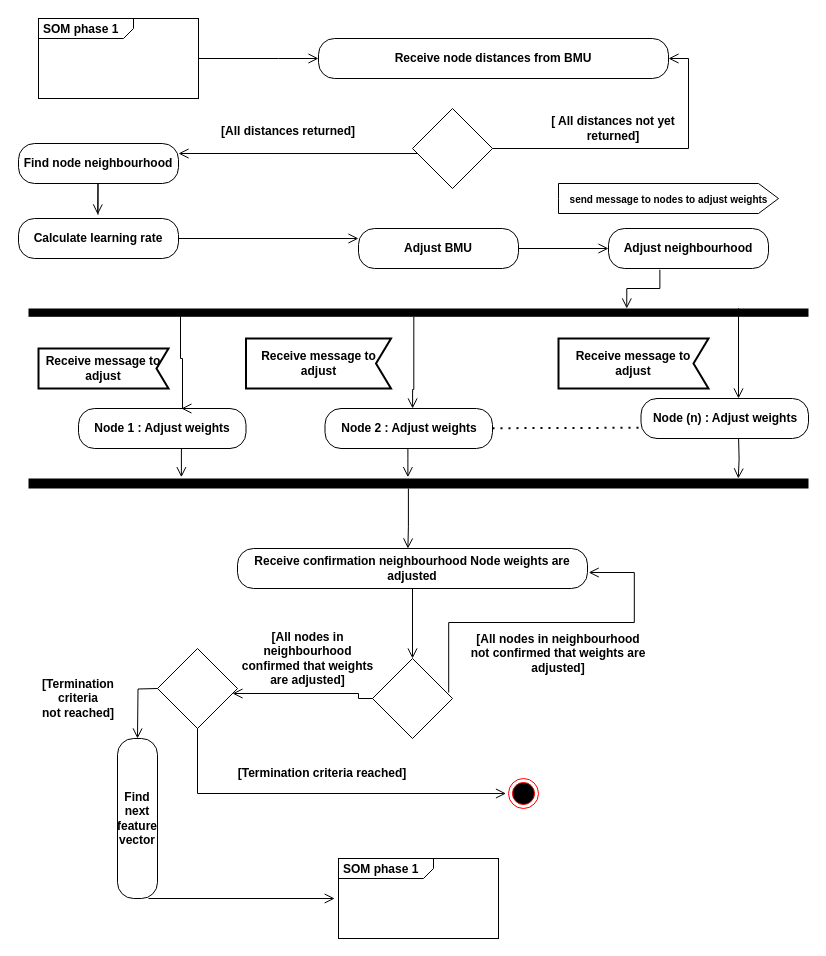
The draw.io diagram ActivityDiagram2.drawio in vanelopethecoder/som-basic, before the edit. Source tidied: cells renumbered, new cells numbered last; positions are measured from the earlier drawing's top-left corner, leaving out a move shared by most shapes. Both pictures are drawn from the tidied source at 100%, with x=0, y=0 at pixel (18, 18).
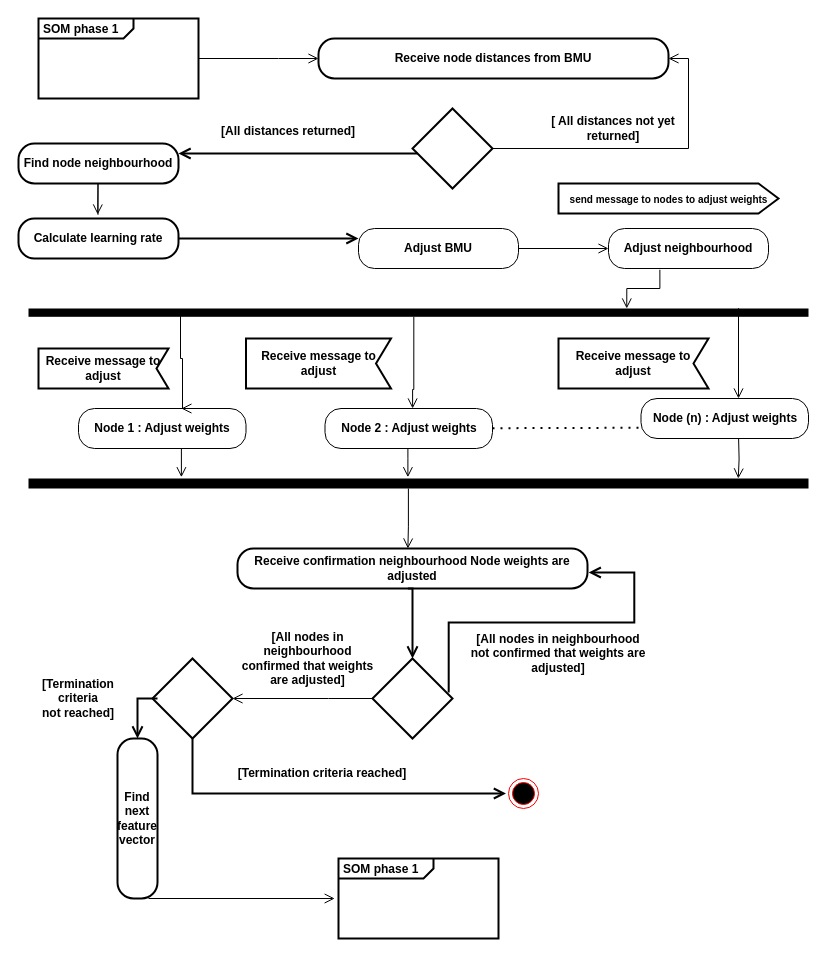
The same diagram, later.

Unchanged cells that the change refers to:
```xml
<mxCell id="14" value="&lt;b&gt;Adjust BMU&lt;/b&gt;" style="rounded=1;whiteSpace=wrap;html=1;arcSize=40;fontColor=#000000;fillColor=#FFFFFF;strokeColor=#000000;" parent="1" vertex="1">
  <mxGeometry x="340" y="210" width="160" height="40" as="geometry" />
</mxCell>
```

Change to the diagram source:
```diff
@@
-    <mxCell id="10" value="&lt;b&gt;Receive node distances from BMU&lt;/b&gt;" style="rounded=1;whiteSpace=wrap;html=1;arcSize=40;fontColor=#000000;fillColor=#FFFFFF;strokeColor=#000000;" parent="1" vertex="1">
+    <mxCell id="10" value="&lt;b&gt;Receive node distances from BMU&lt;/b&gt;" style="rounded=1;whiteSpace=wrap;html=1;arcSize=40;fontColor=#000000;fillColor=#FFFFFF;strokeColor=#000000;strokeWidth=2;" parent="1" vertex="1">
       <mxGeometry x="300" y="20" width="350" height="40" as="geometry" />
     </mxCell>
-    <mxCell id="11" style="rhombus;whiteSpace=wrap;html=1;" parent="1" vertex="1">
+    <mxCell id="11" style="rhombus;whiteSpace=wrap;html=1;strokeWidth=2;" parent="1" vertex="1">
       <mxGeometry x="394" y="90" width="80" height="80" as="geometry" />
     </mxCell>
@@
-    <mxCell id="13" value="&lt;b&gt;Calculate learning rate&lt;/b&gt;" style="rounded=1;whiteSpace=wrap;html=1;arcSize=40;fontColor=#000000;fillColor=#FFFFFF;strokeColor=#000000;" parent="1" vertex="1">
+    <mxCell id="13" value="&lt;b&gt;Calculate learning rate&lt;/b&gt;" style="rounded=1;whiteSpace=wrap;html=1;arcSize=40;fontColor=#000000;fillColor=#FFFFFF;strokeColor=#000000;strokeWidth=2;" parent="1" vertex="1">
       <mxGeometry y="200" width="160" height="40" as="geometry" />
     </mxCell>
@@
-    <mxCell id="17" value="&lt;b&gt;Find node neighbourhood&lt;/b&gt;" style="rounded=1;whiteSpace=wrap;html=1;arcSize=40;fontColor=#000000;fillColor=#FFFFFF;strokeColor=#000000;" parent="1" vertex="1">
+    <mxCell id="17" value="&lt;b&gt;Find node neighbourhood&lt;/b&gt;" style="rounded=1;whiteSpace=wrap;html=1;arcSize=40;fontColor=#000000;fillColor=#FFFFFF;strokeColor=#000000;strokeWidth=2;" parent="1" vertex="1">
       <mxGeometry y="125" width="160" height="40" as="geometry" />
     </mxCell>
@@
-    <mxCell id="22" style="edgeStyle=orthogonalEdgeStyle;html=1;verticalAlign=bottom;endArrow=open;endSize=8;strokeColor=#000000;rounded=0;entryX=1;entryY=0.25;entryDx=0;entryDy=0;startArrow=none;exitX=0.063;exitY=0.563;exitDx=0;exitDy=0;exitPerimeter=0;" parent="1" edge="1" source="11" target="17">
+    <mxCell id="22" style="edgeStyle=orthogonalEdgeStyle;html=1;verticalAlign=bottom;endArrow=open;endSize=8;strokeColor=#000000;rounded=0;entryX=1;entryY=0.25;entryDx=0;entryDy=0;startArrow=none;exitX=0.063;exitY=0.563;exitDx=0;exitDy=0;exitPerimeter=0;strokeWidth=2;" parent="1" edge="1" source="11" target="17">
       <mxGeometry relative="1" as="geometry" />
     </mxCell>
-    <mxCell id="23" value="&lt;p style=&quot;margin: 0px ; margin-top: 4px ; margin-left: 5px ; text-align: left&quot;&gt;&lt;b&gt;SOM phase 1&lt;/b&gt;&lt;/p&gt;" style="html=1;shape=mxgraph.sysml.package;overflow=fill;labelX=95;align=left;spacingLeft=5;verticalAlign=top;spacingTop=-3;" parent="1" vertex="1">
+    <mxCell id="23" value="&lt;p style=&quot;margin: 0px ; margin-top: 4px ; margin-left: 5px ; text-align: left&quot;&gt;&lt;b&gt;SOM phase 1&lt;/b&gt;&lt;/p&gt;" style="html=1;shape=mxgraph.sysml.package;overflow=fill;labelX=95;align=left;spacingLeft=5;verticalAlign=top;spacingTop=-3;strokeWidth=2;" parent="1" vertex="1">
       <mxGeometry x="20" width="160" height="80" as="geometry" />
     </mxCell>
@@
-    <mxCell id="25" value="&lt;p style=&quot;margin: 0px ; margin-top: 4px ; margin-left: 5px ; text-align: left&quot;&gt;&lt;b&gt;SOM phase 1&lt;/b&gt;&lt;/p&gt;" style="html=1;shape=mxgraph.sysml.package;overflow=fill;labelX=95;align=left;spacingLeft=5;verticalAlign=top;spacingTop=-3;" parent="1" vertex="1">
+    <mxCell id="25" value="&lt;p style=&quot;margin: 0px ; margin-top: 4px ; margin-left: 5px ; text-align: left&quot;&gt;&lt;b&gt;SOM phase 1&lt;/b&gt;&lt;/p&gt;" style="html=1;shape=mxgraph.sysml.package;overflow=fill;labelX=95;align=left;spacingLeft=5;verticalAlign=top;spacingTop=-3;strokeWidth=2;" parent="1" vertex="1">
       <mxGeometry x="320" y="840" width="160" height="80" as="geometry" />
     </mxCell>
@@
-    <mxCell id="29" value="&lt;font style=&quot;font-size: 10px&quot;&gt;&lt;b&gt;send message to nodes to adjust weights&lt;/b&gt;&lt;/font&gt;" style="html=1;shape=mxgraph.infographic.ribbonSimple;notch1=0;notch2=20;align=center;verticalAlign=middle;fontSize=14;fontStyle=0;fillColor=#FFFFFF;" parent="1" vertex="1">
+    <mxCell id="29" value="&lt;font style=&quot;font-size: 10px&quot;&gt;&lt;b&gt;send message to nodes to adjust weights&lt;/b&gt;&lt;/font&gt;" style="html=1;shape=mxgraph.infographic.ribbonSimple;notch1=0;notch2=20;align=center;verticalAlign=middle;fontSize=14;fontStyle=0;fillColor=#FFFFFF;strokeWidth=2;" parent="1" vertex="1">
       <mxGeometry x="540" y="165" width="220" height="30" as="geometry" />
     </mxCell>
-    <mxCell id="30" style="edgeStyle=orthogonalEdgeStyle;html=1;verticalAlign=bottom;endArrow=open;endSize=8;strokeColor=#000000;rounded=0;entryX=0;entryY=0.25;entryDx=0;entryDy=0;exitX=1;exitY=0.5;exitDx=0;exitDy=0;" parent="1" edge="1" source="13" target="14">
+    <mxCell id="30" style="edgeStyle=orthogonalEdgeStyle;html=1;verticalAlign=bottom;endArrow=open;endSize=8;strokeColor=#000000;rounded=0;entryX=0;entryY=0.25;entryDx=0;entryDy=0;exitX=1;exitY=0.5;exitDx=0;exitDy=0;strokeWidth=2;" parent="1" edge="1" source="13" target="14">
       <mxGeometry relative="1" as="geometry" />
     </mxCell>
@@
-    <mxCell id="39" value="&lt;b&gt;Receive confirmation neighbourhood Node weights are adjusted&lt;/b&gt;" style="rounded=1;whiteSpace=wrap;html=1;arcSize=40;fontColor=#000000;fillColor=#FFFFFF;strokeColor=#000000;" parent="1" vertex="1">
+    <mxCell id="39" value="&lt;b&gt;Receive confirmation neighbourhood Node weights are adjusted&lt;/b&gt;" style="rounded=1;whiteSpace=wrap;html=1;arcSize=40;fontColor=#000000;fillColor=#FFFFFF;strokeColor=#000000;strokeWidth=2;" parent="1" vertex="1">
       <mxGeometry x="219" y="530" width="350" height="40" as="geometry" />
     </mxCell>
-    <mxCell id="40" style="edgeStyle=orthogonalEdgeStyle;html=1;verticalAlign=bottom;endArrow=open;endSize=8;strokeColor=#000000;rounded=0;entryX=0.5;entryY=0;entryDx=0;entryDy=0;" parent="1" edge="1" target="41">
+    <mxCell id="40" style="edgeStyle=orthogonalEdgeStyle;html=1;verticalAlign=bottom;endArrow=open;endSize=8;strokeColor=#000000;rounded=0;entryX=0.5;entryY=0;entryDx=0;entryDy=0;strokeWidth=2;" parent="1" edge="1" target="41">
       <mxGeometry relative="1" as="geometry">
         <mxPoint x="389.4" y="570" as="sourcePoint" />
         <Array as="points">
           <mxPoint x="394" y="570" />
         </Array>
       </mxGeometry>
     </mxCell>
-    <mxCell id="41" style="rhombus;whiteSpace=wrap;html=1;" parent="1" vertex="1">
+    <mxCell id="41" style="rhombus;whiteSpace=wrap;html=1;strokeWidth=2;" parent="1" vertex="1">
       <mxGeometry x="354" y="640" width="80" height="80" as="geometry" />
     </mxCell>
-    <mxCell id="42" style="edgeStyle=orthogonalEdgeStyle;html=1;verticalAlign=bottom;endArrow=open;endSize=8;strokeColor=#000000;rounded=0;exitX=1;exitY=0.5;exitDx=0;exitDy=0;entryX=1;entryY=0.5;entryDx=0;entryDy=0;" parent="1" edge="1">
+    <mxCell id="42" style="edgeStyle=orthogonalEdgeStyle;html=1;verticalAlign=bottom;endArrow=open;endSize=8;strokeColor=#000000;rounded=0;exitX=1;exitY=0.5;exitDx=0;exitDy=0;entryX=1;entryY=0.5;entryDx=0;entryDy=0;strokeWidth=2;" parent="1" edge="1">
       <mxGeometry relative="1" as="geometry">
         <mxPoint x="430.2" y="674" as="sourcePoint" />
         <mxPoint x="570.2" y="554" as="targetPoint" />
         <Array as="points">
           <mxPoint x="430.8" y="604" />
           <mxPoint x="615.8" y="604" />
           <mxPoint x="615.8" y="554" />
         </Array>
       </mxGeometry>
     </mxCell>
     <mxCell id="43" style="edgeStyle=orthogonalEdgeStyle;html=1;verticalAlign=bottom;endArrow=open;endSize=8;strokeColor=#000000;rounded=0;startArrow=none;exitX=0;exitY=0.5;exitDx=0;exitDy=0;" parent="1" edge="1" source="41" target="44">
       <mxGeometry relative="1" as="geometry">
         <Array as="points">
-          <mxPoint x="340" y="680" />
-          <mxPoint x="340" y="675" />
+          <mxPoint x="310" y="680" />
+          <mxPoint x="310" y="680" />
         </Array>
       </mxGeometry>
     </mxCell>
-    <mxCell id="44" style="rhombus;whiteSpace=wrap;html=1;" parent="1" vertex="1">
-      <mxGeometry x="139" y="630" width="80" height="80" as="geometry" />
+    <mxCell id="44" style="rhombus;whiteSpace=wrap;html=1;strokeWidth=2;" parent="1" vertex="1">
+      <mxGeometry x="134" y="640" width="80" height="80" as="geometry" />
     </mxCell>
-    <mxCell id="45" style="edgeStyle=orthogonalEdgeStyle;html=1;verticalAlign=bottom;endArrow=open;endSize=8;strokeColor=#000000;rounded=0;exitX=0;exitY=0.5;exitDx=0;exitDy=0;" parent="1" edge="1">
+    <mxCell id="45" style="edgeStyle=orthogonalEdgeStyle;html=1;verticalAlign=bottom;endArrow=open;endSize=8;strokeColor=#000000;rounded=0;strokeWidth=2;" parent="1" edge="1">
       <mxGeometry relative="1" as="geometry">
-        <mxPoint x="139" y="670" as="sourcePoint" />
+        <mxPoint x="139" y="680" as="sourcePoint" />
         <mxPoint x="119" y="720" as="targetPoint" />
+        <Array as="points">
+          <mxPoint x="139" y="680" />
+          <mxPoint x="119" y="680" />
+        </Array>
       </mxGeometry>
     </mxCell>
-    <mxCell id="46" value="&lt;b&gt;Find next feature vector&lt;/b&gt;" style="rounded=1;whiteSpace=wrap;html=1;arcSize=40;fontColor=#000000;fillColor=#FFFFFF;strokeColor=#000000;direction=south;" parent="1" vertex="1">
+    <mxCell id="46" value="&lt;b&gt;Find next feature vector&lt;/b&gt;" style="rounded=1;whiteSpace=wrap;html=1;arcSize=40;fontColor=#000000;fillColor=#FFFFFF;strokeColor=#000000;direction=south;strokeWidth=2;" parent="1" vertex="1">
       <mxGeometry x="99" y="720" width="40" height="160" as="geometry" />
     </mxCell>
@@
-    <mxCell id="48" style="edgeStyle=orthogonalEdgeStyle;html=1;verticalAlign=bottom;endArrow=open;endSize=8;strokeColor=#000000;rounded=0;entryX=0;entryY=0.5;entryDx=0;entryDy=0;exitX=0.5;exitY=1;exitDx=0;exitDy=0;" parent="1" edge="1" source="44">
+    <mxCell id="48" style="edgeStyle=orthogonalEdgeStyle;html=1;verticalAlign=bottom;endArrow=open;endSize=8;strokeColor=#000000;rounded=0;entryX=0;entryY=0.5;entryDx=0;entryDy=0;exitX=0.5;exitY=1;exitDx=0;exitDy=0;strokeWidth=2;" parent="1" edge="1" source="44">
       <mxGeometry relative="1" as="geometry">
         <mxPoint x="487.5" y="775" as="targetPoint" />
         <Array as="points">
-          <mxPoint x="179" y="775" />
+          <mxPoint x="174" y="775" />
         </Array>
       </mxGeometry>
     </mxCell>
```
